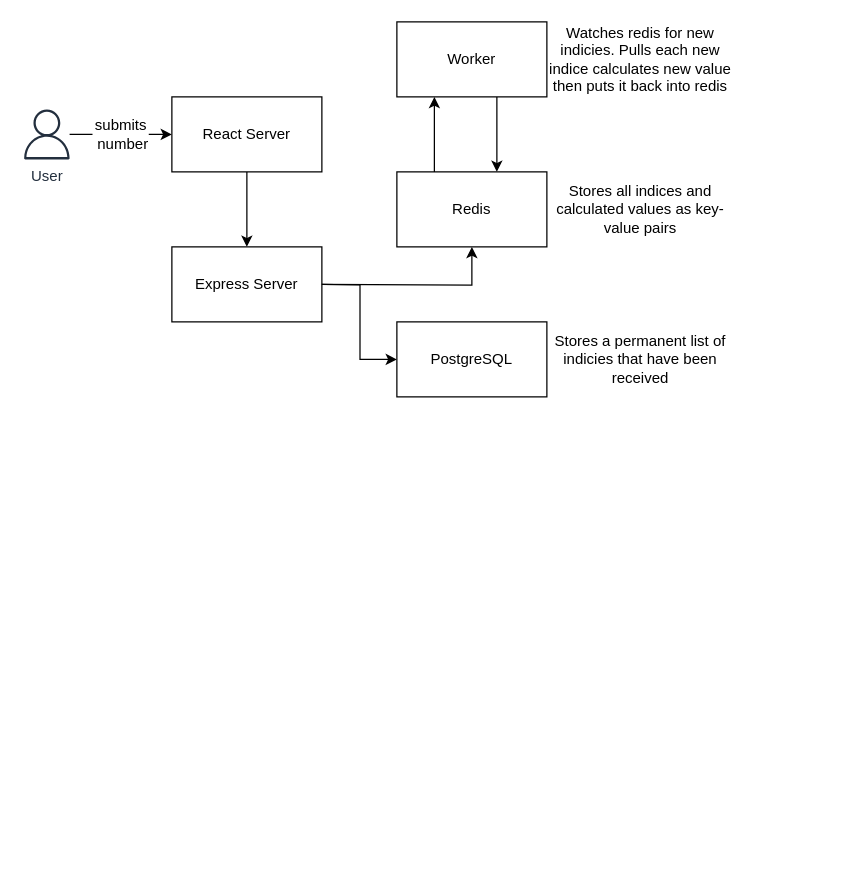
Above: page "App_Flow" (2 of 4) of img/complex_Part.drawio in kn0rr/multi-k8s (draw.io), before the change. Source tidied: cells renumbered, new cells numbered last; positions are measured from the earlier drawing's top-left corner, leaving out a move shared by most shapes. Both pictures are drawn from the tidied source at 125%, with x=0, y=0 at pixel (21, 21).
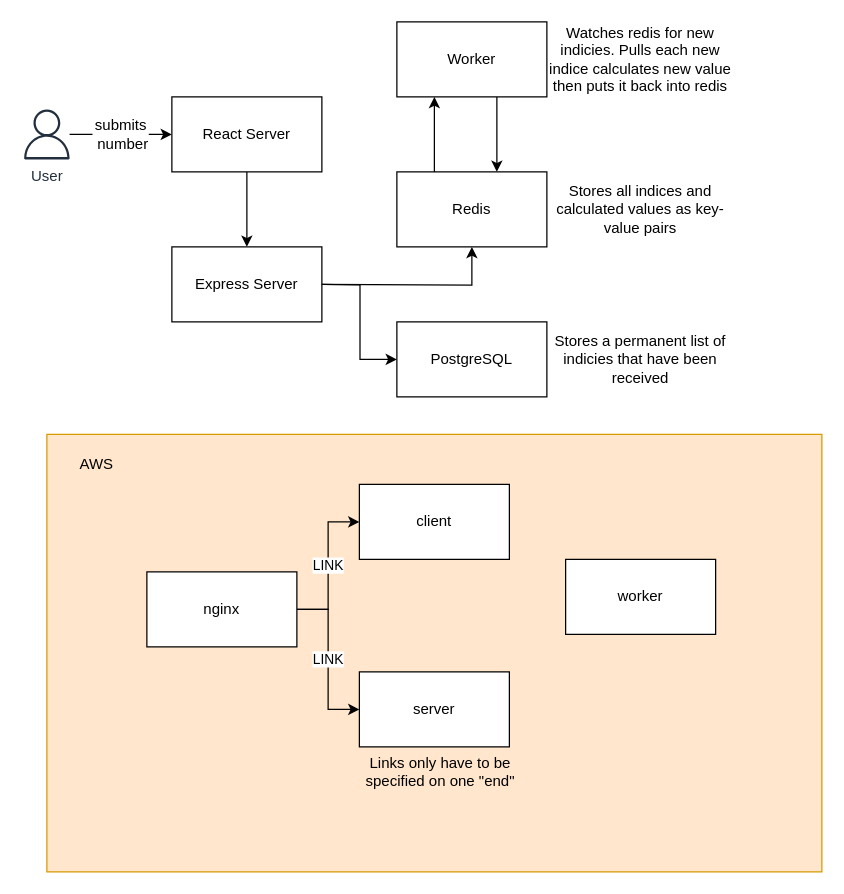
The same diagram, later.

Diff of the diagram source:
```diff
@@
+    <mxCell id="17" style="rounded=0;whiteSpace=wrap;html=1;fillColor=#ffe6cc;strokeColor=#d79b00;" parent="1" vertex="1">
+      <mxGeometry x="20" y="330" width="620" height="350" as="geometry" />
+    </mxCell>
@@
+    <mxCell id="18" value="LINK" style="edgeStyle=orthogonalEdgeStyle;rounded=0;jettySize=auto;html=1;entryX=0;entryY=0.5;entryDx=0;entryDy=0;" parent="1" edge="1" source="20" target="21">
+      <mxGeometry relative="1" as="geometry" />
+    </mxCell>
+    <mxCell id="19" value="LINK" style="edgeStyle=orthogonalEdgeStyle;rounded=0;jettySize=auto;html=1;entryX=0;entryY=0.5;entryDx=0;entryDy=0;" parent="1" edge="1" source="20" target="22">
+      <mxGeometry relative="1" as="geometry" />
+    </mxCell>
+    <mxCell id="20" value="nginx" style="rounded=0;whiteSpace=wrap;html=1;" parent="1" vertex="1">
+      <mxGeometry x="100" y="440" width="120" height="60" as="geometry" />
+    </mxCell>
+    <mxCell id="21" value="client" style="rounded=0;whiteSpace=wrap;html=1;" parent="1" vertex="1">
+      <mxGeometry x="270" y="370" width="120" height="60" as="geometry" />
+    </mxCell>
+    <mxCell id="22" value="server" style="rounded=0;whiteSpace=wrap;html=1;" parent="1" vertex="1">
+      <mxGeometry x="270" y="520" width="120" height="60" as="geometry" />
+    </mxCell>
+    <mxCell id="23" value="worker" style="rounded=0;whiteSpace=wrap;html=1;" parent="1" vertex="1">
+      <mxGeometry x="435" y="430" width="120" height="60" as="geometry" />
+    </mxCell>
+    <mxCell id="24" value="AWS" style="text;html=1;strokeColor=none;fillColor=none;align=center;verticalAlign=middle;whiteSpace=wrap;rounded=0;" parent="1" vertex="1">
+      <mxGeometry x="40" y="344" width="40" height="20" as="geometry" />
+    </mxCell>
+    <mxCell id="25" value="Links only have to be specified on one &quot;end&quot;" style="text;html=1;strokeColor=none;fillColor=none;align=center;verticalAlign=middle;whiteSpace=wrap;rounded=0;" parent="1" vertex="1">
+      <mxGeometry x="270" y="590" width="130" height="20" as="geometry" />
+    </mxCell>
```
